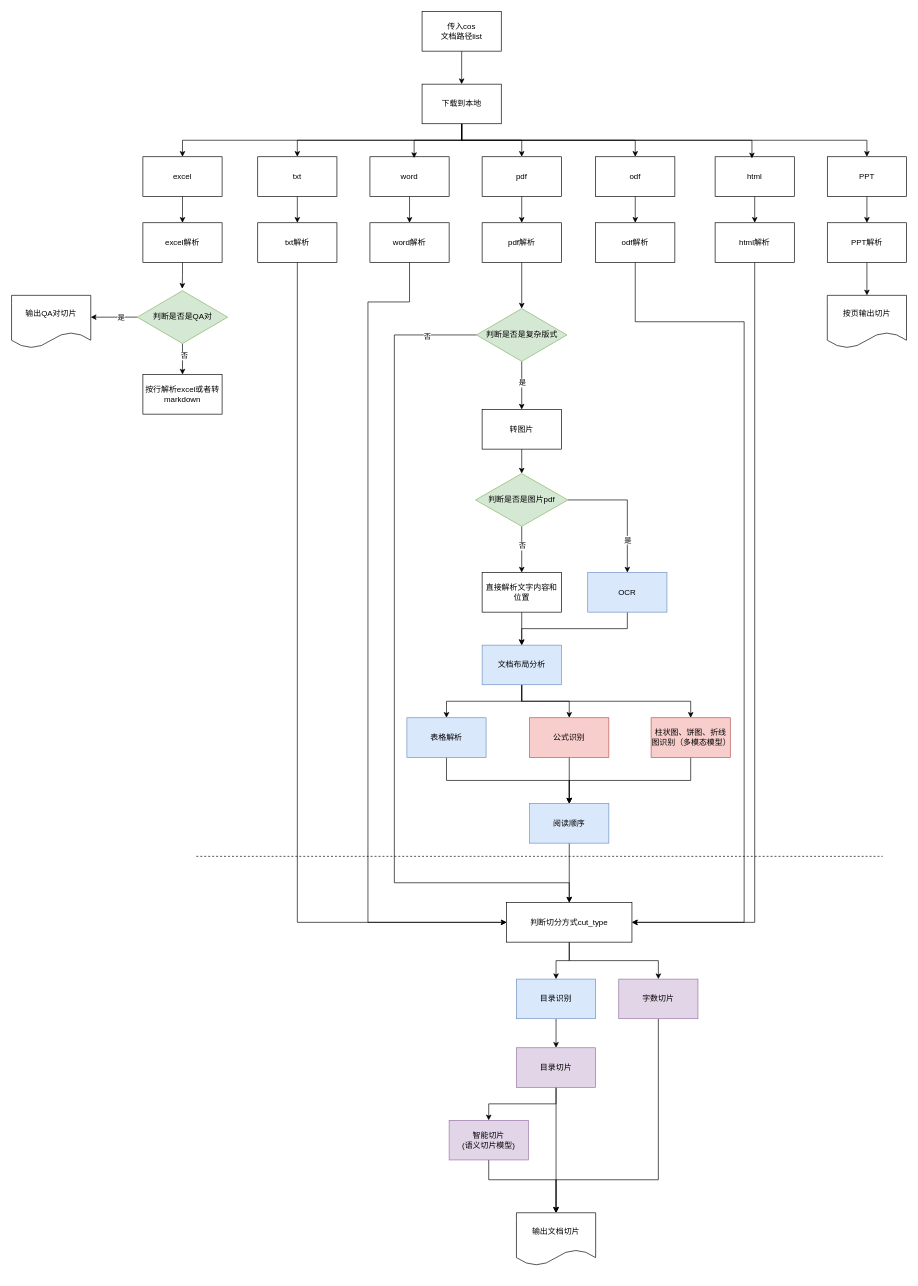
Before: Untitled Diagram.drawio in archwolf118/AI, a draw.io diagram. Source tidied: cells renumbered, new cells numbered last; positions are measured from the earlier drawing's top-left corner, leaving out a move shared by most shapes. Both pictures are drawn from the tidied source at 66%, with x=0, y=0 at pixel (11, 11).
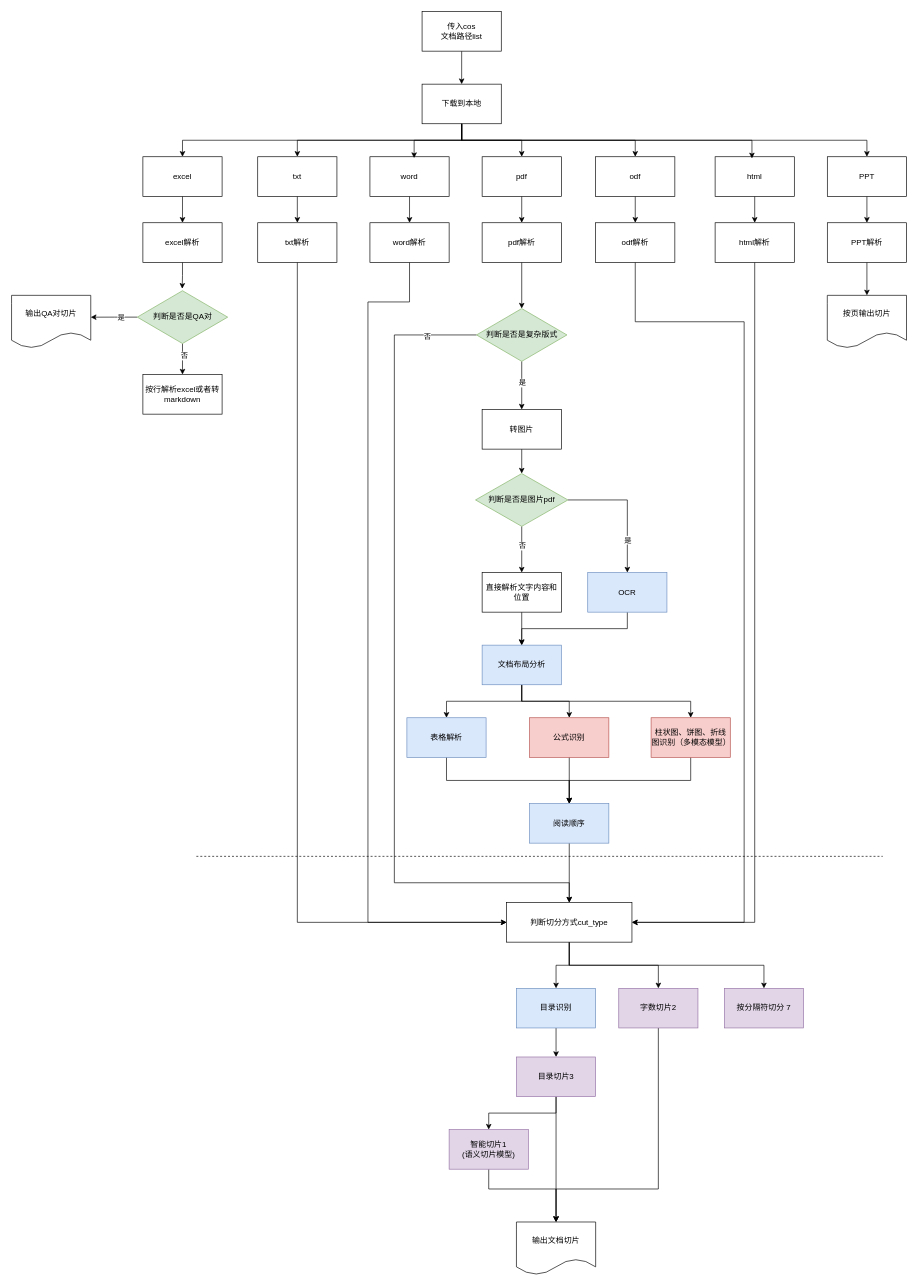
The same diagram, later.

Unchanged cells that the change refers to:
```xml
<mxCell id="84" value="判断切分方式cut_type" style="rounded=0;whiteSpace=wrap;html=1;" parent="1" vertex="1">
  <mxGeometry x="750" y="1350" width="190" height="60" as="geometry" />
</mxCell>
```

What changed in the source:
```diff
@@
     <mxCell id="64" value="目录识别" style="rounded=0;whiteSpace=wrap;html=1;fillColor=#dae8fc;strokeColor=#6c8ebf;" parent="1" vertex="1">
-      <mxGeometry x="765" y="1466" width="120" height="60" as="geometry" />
+      <mxGeometry x="765" y="1480" width="120" height="60" as="geometry" />
     </mxCell>
     <mxCell id="65" style="edgeStyle=orthogonalEdgeStyle;rounded=0;jettySize=auto;html=1;exitX=0.5;exitY=1;exitDx=0;exitDy=0;entryX=0.5;entryY=0;entryDx=0;entryDy=0;" parent="1" edge="1" source="66" target="72">
       <mxGeometry relative="1" as="geometry">
         <Array as="points">
-          <mxPoint x="723" y="1770" />
-          <mxPoint x="825" y="1770" />
+          <mxPoint x="723" y="1784" />
+          <mxPoint x="825" y="1784" />
         </Array>
       </mxGeometry>
     </mxCell>
-    <mxCell id="66" value="智能切片&lt;div&gt;(语义切片模型)&lt;/div&gt;" style="rounded=0;whiteSpace=wrap;html=1;fillColor=#e1d5e7;strokeColor=#9673a6;" parent="1" vertex="1">
-      <mxGeometry x="663" y="1680" width="120" height="60" as="geometry" />
+    <mxCell id="66" value="智能切片1&lt;div&gt;(语义切片模型)&lt;/div&gt;" style="rounded=0;whiteSpace=wrap;html=1;fillColor=#e1d5e7;strokeColor=#9673a6;" parent="1" vertex="1">
+      <mxGeometry x="663" y="1694" width="120" height="60" as="geometry" />
     </mxCell>
@@
-    <mxCell id="69" value="目录切片" style="rounded=0;whiteSpace=wrap;html=1;fillColor=#e1d5e7;strokeColor=#9673a6;" parent="1" vertex="1">
-      <mxGeometry x="765" y="1570" width="120" height="60" as="geometry" />
+    <mxCell id="69" value="目录切片3" style="rounded=0;whiteSpace=wrap;html=1;fillColor=#e1d5e7;strokeColor=#9673a6;" parent="1" vertex="1">
+      <mxGeometry x="765" y="1584" width="120" height="60" as="geometry" />
     </mxCell>
     <mxCell id="70" style="edgeStyle=orthogonalEdgeStyle;rounded=0;jettySize=auto;html=1;exitX=0.5;exitY=1;exitDx=0;exitDy=0;entryX=0.5;entryY=0;entryDx=0;entryDy=0;" parent="1" edge="1" source="71" target="72">
       <mxGeometry relative="1" as="geometry">
         <Array as="points">
-          <mxPoint x="980" y="1770" />
-          <mxPoint x="825" y="1770" />
+          <mxPoint x="980" y="1784" />
+          <mxPoint x="825" y="1784" />
         </Array>
       </mxGeometry>
     </mxCell>
-    <mxCell id="71" value="字数切片" style="rounded=0;whiteSpace=wrap;html=1;fillColor=#e1d5e7;strokeColor=#9673a6;" parent="1" vertex="1">
-      <mxGeometry x="920" y="1466" width="120" height="60" as="geometry" />
+    <mxCell id="71" value="字数切片2" style="rounded=0;whiteSpace=wrap;html=1;fillColor=#e1d5e7;strokeColor=#9673a6;" parent="1" vertex="1">
+      <mxGeometry x="920" y="1480" width="120" height="60" as="geometry" />
     </mxCell>
     <mxCell id="72" value="输出文档切片" style="shape=document;whiteSpace=wrap;html=1;boundedLbl=1;" parent="1" vertex="1">
-      <mxGeometry x="765" y="1820" width="120" height="80" as="geometry" />
+      <mxGeometry x="765" y="1834" width="120" height="80" as="geometry" />
     </mxCell>
@@
+    <mxCell id="90" style="edgeStyle=orthogonalEdgeStyle;rounded=0;jettySize=auto;html=1;exitX=0.5;exitY=1;exitDx=0;exitDy=0;" parent="1" edge="1" source="84" target="91">
+      <mxGeometry relative="1" as="geometry" />
+    </mxCell>
@@
+    <mxCell id="91" value="按分隔符切分 7" style="rounded=0;whiteSpace=wrap;html=1;fillColor=#e1d5e7;strokeColor=#9673a6;" parent="1" vertex="1">
+      <mxGeometry x="1080" y="1480" width="120" height="60" as="geometry" />
+    </mxCell>
```
